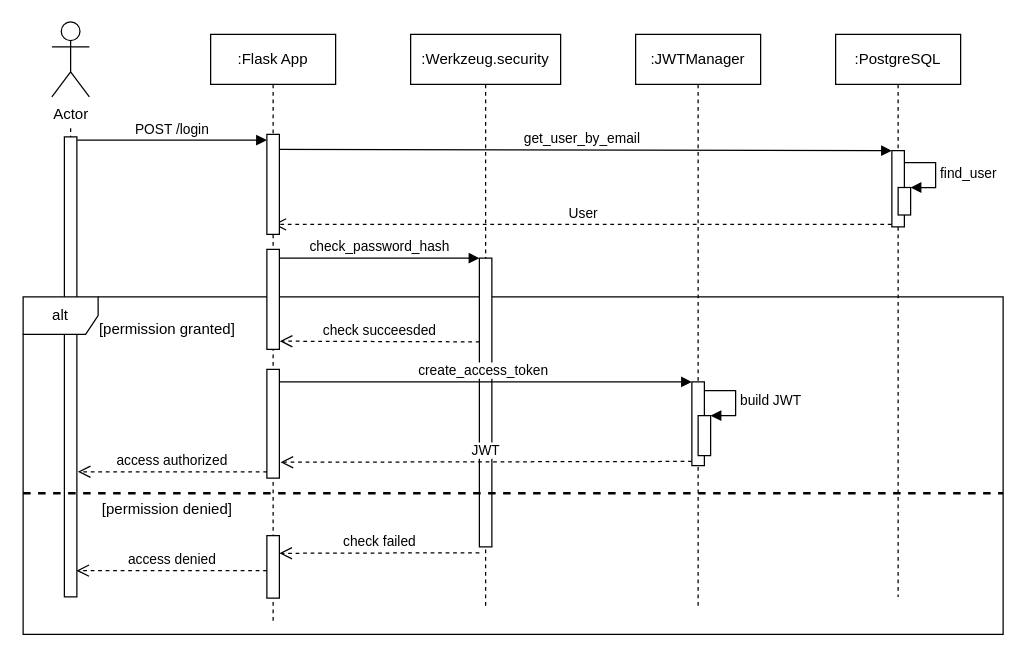
This is sequence_authenticate.drawio from DrXneaky/Diagram, a draw.io file, before an edit. Source tidied: cells renumbered, new cells numbered last; positions are measured from the earlier drawing's top-left corner, leaving out a move shared by most shapes. Both pictures are drawn from the tidied source at 125%, with x=0, y=0 at pixel (22, 21).
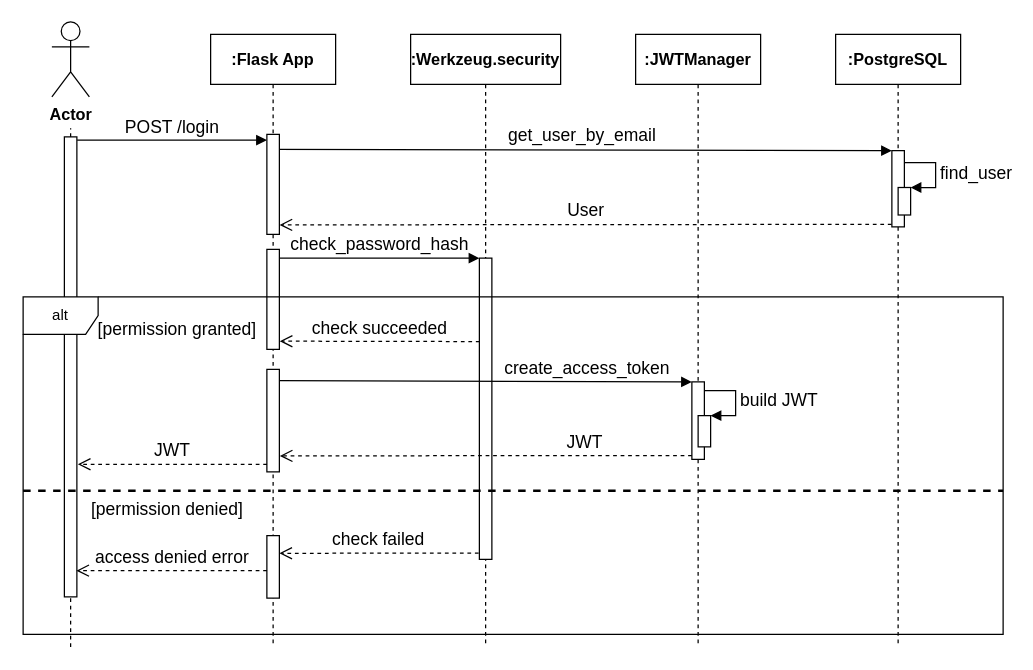
Above is the later version.

Unchanged cells that the change refers to:
```xml
<mxCell id="3" style="html=1;points=[];perimeter=orthogonalPerimeter;strokeWidth=1;fillColor=#ffffff;" parent="1" vertex="1">
  <mxGeometry x="33" y="92" width="10" height="368" as="geometry" />
</mxCell>
<mxCell id="8" style="html=1;points=[];perimeter=orthogonalPerimeter;" parent="7" vertex="1">
  <mxGeometry x="45" y="93" width="10" height="61" as="geometry" />
</mxCell>
<mxCell id="10" style="html=1;points=[];perimeter=orthogonalPerimeter;" parent="7" vertex="1">
  <mxGeometry x="50" y="122.5" width="10" height="22" as="geometry" />
</mxCell>
<mxCell id="20" style="html=1;points=[];perimeter=orthogonalPerimeter;" parent="19" vertex="1">
  <mxGeometry x="45" y="80" width="10" height="80" as="geometry" />
</mxCell>
<mxCell id="21" style="html=1;points=[];perimeter=orthogonalPerimeter;" parent="19" vertex="1">
  <mxGeometry x="45" y="172" width="10" height="80" as="geometry" />
</mxCell>
<mxCell id="23" style="html=1;points=[];perimeter=orthogonalPerimeter;shadow=0;strokeWidth=1;fillColor=#ffffff;" parent="19" vertex="1">
  <mxGeometry x="45" y="401" width="10" height="50" as="geometry" />
</mxCell>
```

Diff of the diagram source:
```diff
@@
     <mxCell id="2" style="endArrow=none;dashed=1;html=1;" parent="1" edge="1">
       <mxGeometry relative="1" as="geometry">
-        <mxPoint x="38" y="460" as="sourcePoint" />
+        <mxPoint x="38" y="500" as="sourcePoint" />
         <mxPoint x="38" y="85" as="targetPoint" />
         <Array as="points">
           <mxPoint x="38" y="175" />
         </Array>
       </mxGeometry>
     </mxCell>
@@
-    <mxCell id="4" value="alt" style="shape=umlFrame;whiteSpace=wrap;html=1;shadow=0;" parent="1" vertex="1">
-      <mxGeometry y="220" width="784" height="270" as="geometry" />
-    </mxCell>
-    <mxCell id="5" value="POST /login" style="html=1;verticalAlign=bottom;startArrow=none;endArrow=block;startSize=8;exitX=1.02;exitY=0.007;exitDx=0;exitDy=0;exitPerimeter=0;startFill=0;" parent="1" edge="1" source="3" target="20">
+    <mxCell id="5" value="&lt;font style=&quot;font-size: 14px&quot; face=&quot;Old Standard TT&quot;&gt;POST /login&lt;/font&gt;" style="html=1;verticalAlign=bottom;startArrow=none;endArrow=block;startSize=8;exitX=1.02;exitY=0.007;exitDx=0;exitDy=0;exitPerimeter=0;startFill=0;labelBackgroundColor=none;" parent="1" edge="1" source="3" target="20">
       <mxGeometry relative="1" as="geometry" />
     </mxCell>
-    <mxCell id="6" value=":Werkzeug.security" style="shape=umlLifeline;perimeter=lifelinePerimeter;whiteSpace=wrap;html=1;" parent="1" vertex="1">
-      <mxGeometry x="310" y="10" width="120" height="460" as="geometry" />
+    <mxCell id="6" value="&lt;font style=&quot;font-size: 13px&quot; face=&quot;Old Standard TT&quot;&gt;&lt;b&gt;:Werkzeug.security&lt;/b&gt;&lt;/font&gt;" style="shape=umlLifeline;perimeter=lifelinePerimeter;whiteSpace=wrap;html=1;" parent="1" vertex="1">
+      <mxGeometry x="310" y="10" width="120" height="490" as="geometry" />
     </mxCell>
-    <mxCell id="7" value=":PostgreSQL" style="shape=umlLifeline;perimeter=lifelinePerimeter;whiteSpace=wrap;html=1;" parent="1" vertex="1">
-      <mxGeometry x="650" y="10" width="100" height="450" as="geometry" />
+    <mxCell id="7" value="&lt;font face=&quot;Old Standard TT&quot; size=&quot;1&quot;&gt;&lt;b style=&quot;font-size: 13px&quot;&gt;:PostgreSQL&lt;/b&gt;&lt;/font&gt;" style="shape=umlLifeline;perimeter=lifelinePerimeter;whiteSpace=wrap;html=1;" parent="1" vertex="1">
+      <mxGeometry x="650" y="10" width="100" height="490" as="geometry" />
     </mxCell>
@@
-    <mxCell id="9" value="find_user" style="edgeStyle=orthogonalEdgeStyle;html=1;align=left;spacingLeft=2;endArrow=block;rounded=0;entryX=1;entryY=0;" parent="7" edge="1" target="10">
+    <mxCell id="9" value="&lt;font style=&quot;font-size: 14px&quot; face=&quot;Old Standard TT&quot;&gt;find_user&lt;/font&gt;" style="edgeStyle=orthogonalEdgeStyle;html=1;align=left;spacingLeft=2;endArrow=block;rounded=0;entryX=1;entryY=0;labelBackgroundColor=none;" parent="7" edge="1" target="10">
       <mxGeometry relative="1" as="geometry">
         <mxPoint x="55" y="102.5" as="sourcePoint" />
         <Array as="points">
           <mxPoint x="80" y="102.5" />
         </Array>
       </mxGeometry>
     </mxCell>
@@
-    <mxCell id="11" value="get_user_by_email" style="html=1;verticalAlign=bottom;endArrow=block;entryX=0;entryY=0;" parent="1" edge="1" target="8">
+    <mxCell id="11" value="&lt;font face=&quot;Old Standard TT&quot; style=&quot;font-size: 14px&quot;&gt;get_user_by_email&lt;/font&gt;" style="html=1;verticalAlign=bottom;endArrow=block;entryX=0;entryY=0;labelBackgroundColor=none;" parent="1" edge="1" target="8">
       <mxGeometry relative="1" as="geometry">
         <mxPoint x="200.1" y="102" as="sourcePoint" />
       </mxGeometry>
     </mxCell>
-    <mxCell id="12" value="User" style="html=1;verticalAlign=bottom;endArrow=open;dashed=1;endSize=8;exitX=-0.024;exitY=0.967;exitDx=0;exitDy=0;exitPerimeter=0;" parent="1" edge="1" source="8">
-      <mxGeometry relative="1" as="geometry">
-        <mxPoint x="200.3" y="162" as="targetPoint" />
-      </mxGeometry>
+    <mxCell id="12" value="&lt;font style=&quot;font-size: 14px&quot; face=&quot;Old Standard TT&quot;&gt;User&lt;/font&gt;" style="html=1;verticalAlign=bottom;endArrow=open;dashed=1;endSize=8;exitX=-0.024;exitY=0.967;exitDx=0;exitDy=0;exitPerimeter=0;labelBackgroundColor=none;entryX=1.017;entryY=0.905;entryDx=0;entryDy=0;entryPerimeter=0;" parent="1" edge="1" source="8" target="20">
+      <mxGeometry relative="1" as="geometry" />
     </mxCell>
     <mxCell id="13" style="html=1;points=[];perimeter=orthogonalPerimeter;" parent="1" vertex="1">
-      <mxGeometry x="365" y="189" width="10" height="231" as="geometry" />
+      <mxGeometry x="365" y="189" width="10" height="241" as="geometry" />
     </mxCell>
-    <mxCell id="14" value="check_password_hash" style="html=1;verticalAlign=bottom;endArrow=block;entryX=0;entryY=0;" parent="1" edge="1" source="21" target="13">
+    <mxCell id="14" value="&lt;font style=&quot;font-size: 14px&quot; face=&quot;Old Standard TT&quot;&gt;check_password_hash&lt;/font&gt;" style="verticalAlign=bottom;endArrow=block;entryX=0;entryY=0;labelBackgroundColor=none;html=1;" parent="1" edge="1" source="21" target="13">
       <mxGeometry relative="1" as="geometry" />
     </mxCell>
-    <mxCell id="15" value="check succeesded" style="html=1;verticalAlign=bottom;endArrow=open;dashed=1;endSize=8;exitX=0.013;exitY=0.29;exitDx=0;exitDy=0;exitPerimeter=0;entryX=1.032;entryY=0.918;entryDx=0;entryDy=0;entryPerimeter=0;" parent="1" edge="1" source="13" target="21">
+    <mxCell id="15" value="&lt;font style=&quot;font-size: 14px&quot; face=&quot;Old Standard TT&quot;&gt;check succeeded&lt;/font&gt;" style="html=1;verticalAlign=bottom;endArrow=open;dashed=1;endSize=8;exitX=0.019;exitY=0.277;exitDx=0;exitDy=0;exitPerimeter=0;entryX=1.032;entryY=0.918;entryDx=0;entryDy=0;entryPerimeter=0;labelBackgroundColor=none;" parent="1" edge="1" source="13" target="21">
       <mxGeometry relative="1" as="geometry" />
     </mxCell>
-    <mxCell id="16" value="Actor" style="shape=umlActor;verticalLabelPosition=bottom;verticalAlign=top;html=1;" parent="1" vertex="1">
+    <mxCell id="16" value="&lt;font face=&quot;Old Standard TT&quot; style=&quot;font-size: 13px&quot;&gt;&lt;b&gt;Actor&lt;/b&gt;&lt;/font&gt;" style="shape=umlActor;verticalLabelPosition=bottom;verticalAlign=top;html=1;" parent="1" vertex="1">
       <mxGeometry x="23" width="30" height="60" as="geometry" />
     </mxCell>
-    <mxCell id="17" value="JWT" style="html=1;verticalAlign=bottom;endArrow=open;dashed=1;endSize=8;exitX=0;exitY=0.95;entryX=1.095;entryY=0.854;entryDx=0;entryDy=0;entryPerimeter=0;" parent="1" edge="1" source="26" target="22">
-      <mxGeometry relative="1" as="geometry" />
-    </mxCell>
-    <mxCell id="18" value="create_access_token" style="html=1;verticalAlign=bottom;endArrow=block;entryX=0;entryY=0;" parent="1" edge="1" target="26">
-      <mxGeometry relative="1" as="geometry">
-        <mxPoint x="199.5" y="288" as="sourcePoint" />
-      </mxGeometry>
-    </mxCell>
-    <mxCell id="19" value=":Flask App" style="shape=umlLifeline;perimeter=lifelinePerimeter;whiteSpace=wrap;html=1;" parent="1" vertex="1">
-      <mxGeometry x="150" y="10" width="100" height="470" as="geometry" />
+    <mxCell id="19" value="&lt;font face=&quot;Old Standard TT&quot; style=&quot;font-size: 13px&quot;&gt;&lt;b&gt;:Flask App&lt;/b&gt;&lt;/font&gt;" style="shape=umlLifeline;perimeter=lifelinePerimeter;whiteSpace=wrap;html=1;" parent="1" vertex="1">
+      <mxGeometry x="150" y="10" width="100" height="490" as="geometry" />
     </mxCell>
@@
     <mxCell id="22" style="html=1;points=[];perimeter=orthogonalPerimeter;strokeWidth=1;fillColor=#ffffff;" parent="19" vertex="1">
-      <mxGeometry x="45" y="268" width="10" height="87" as="geometry" />
+      <mxGeometry x="45" y="268" width="10" height="82" as="geometry" />
     </mxCell>
@@
-    <mxCell id="24" value="access authorized" style="html=1;verticalAlign=bottom;endArrow=open;dashed=1;endSize=8;exitX=0.014;exitY=0.943;exitDx=0;exitDy=0;exitPerimeter=0;entryX=1.078;entryY=0.728;entryDx=0;entryDy=0;entryPerimeter=0;" parent="1" edge="1" source="22" target="3">
-      <mxGeometry relative="1" as="geometry" />
+    <mxCell id="24" value="&lt;font face=&quot;Old Standard TT&quot; style=&quot;font-size: 14px&quot;&gt;JWT&lt;/font&gt;" style="html=1;verticalAlign=bottom;endArrow=open;dashed=1;endSize=8;exitX=0.014;exitY=0.943;exitDx=0;exitDy=0;exitPerimeter=0;entryX=1.078;entryY=0.728;entryDx=0;entryDy=0;entryPerimeter=0;labelBackgroundColor=none;" parent="1" edge="1">
+      <mxGeometry relative="1" as="geometry">
+        <mxPoint x="195.1" y="354" as="sourcePoint" />
+        <mxPoint x="43.8" y="353.9" as="targetPoint" />
+      </mxGeometry>
     </mxCell>
-    <mxCell id="25" value=":JWTManager" style="shape=umlLifeline;perimeter=lifelinePerimeter;whiteSpace=wrap;html=1;" parent="1" vertex="1">
-      <mxGeometry x="490" y="10" width="100" height="460" as="geometry" />
+    <mxCell id="25" value="&lt;font face=&quot;Old Standard TT&quot; style=&quot;font-size: 13px&quot;&gt;&lt;b&gt;:JWTManager&lt;/b&gt;&lt;/font&gt;" style="shape=umlLifeline;perimeter=lifelinePerimeter;whiteSpace=wrap;html=1;" parent="1" vertex="1">
+      <mxGeometry x="490" y="10" width="100" height="490" as="geometry" />
     </mxCell>
     <mxCell id="26" style="html=1;points=[];perimeter=orthogonalPerimeter;strokeWidth=1;fillColor=#ffffff;" parent="1" vertex="1">
-      <mxGeometry x="535" y="288" width="10" height="67" as="geometry" />
+      <mxGeometry x="535" y="288" width="10" height="62" as="geometry" />
     </mxCell>
-    <mxCell id="27" value="build JWT" style="edgeStyle=orthogonalEdgeStyle;html=1;align=left;spacingLeft=2;endArrow=block;rounded=0;entryX=1;entryY=0;" parent="1" edge="1" target="28">
+    <mxCell id="27" value="&lt;font style=&quot;font-size: 14px&quot; face=&quot;Old Standard TT&quot;&gt;build JWT&lt;/font&gt;" style="edgeStyle=orthogonalEdgeStyle;html=1;align=left;spacingLeft=2;endArrow=block;rounded=0;entryX=1;entryY=0;labelBackgroundColor=none;" parent="1" edge="1" target="28">
       <mxGeometry relative="1" as="geometry">
         <mxPoint x="545" y="295" as="sourcePoint" />
         <Array as="points">
           <mxPoint x="570" y="295" />
         </Array>
       </mxGeometry>
     </mxCell>
     <mxCell id="28" style="html=1;points=[];perimeter=orthogonalPerimeter;strokeWidth=1;fillColor=#ffffff;" parent="1" vertex="1">
-      <mxGeometry x="540" y="315" width="10" height="32" as="geometry" />
+      <mxGeometry x="540" y="315" width="10" height="25" as="geometry" />
     </mxCell>
-    <mxCell id="29" value="[permission granted]" style="text;align=center;fontStyle=0;verticalAlign=middle;spacingLeft=3;spacingRight=3;strokeColor=none;dashed=1;fillColor=#ffffff;" parent="1" vertex="1">
-      <mxGeometry x="60" y="236.8" width="111" height="16.5" as="geometry" />
+    <mxCell id="29" value="[permission granted]" style="text;align=center;fontStyle=0;verticalAlign=middle;spacingLeft=3;spacingRight=3;strokeColor=none;dashed=1;fontSize=14;fontFamily=Old Standard TT;labelBackgroundColor=none;" parent="1" vertex="1">
+      <mxGeometry x="68" y="236.8" width="111" height="16.5" as="geometry" />
     </mxCell>
-    <mxCell id="30" value="check failed" style="html=1;verticalAlign=bottom;endArrow=open;dashed=1;endSize=8;exitX=0;exitY=0.951;exitDx=0;exitDy=0;exitPerimeter=0;entryX=1.003;entryY=0.283;entryDx=0;entryDy=0;entryPerimeter=0;" parent="1" edge="1" target="23">
-      <mxGeometry relative="1" as="geometry">
-        <mxPoint x="365" y="424.7" as="sourcePoint" />
-      </mxGeometry>
+    <mxCell id="30" value="&lt;font style=&quot;font-size: 14px&quot; face=&quot;Old Standard TT&quot;&gt;check failed&lt;/font&gt;" style="html=1;verticalAlign=bottom;endArrow=open;dashed=1;endSize=8;exitX=-0.058;exitY=0.979;exitDx=0;exitDy=0;exitPerimeter=0;entryX=1.003;entryY=0.283;entryDx=0;entryDy=0;entryPerimeter=0;labelBackgroundColor=none;" parent="1" edge="1" source="13" target="23">
+      <mxGeometry relative="1" as="geometry" />
     </mxCell>
-    <mxCell id="31" value="access denied" style="html=1;verticalAlign=bottom;endArrow=open;dashed=1;endSize=8;exitX=0.005;exitY=0.561;exitDx=0;exitDy=0;exitPerimeter=0;entryX=0.962;entryY=0.913;entryDx=0;entryDy=0;entryPerimeter=0;" parent="1" edge="1" source="23">
+    <mxCell id="31" value="&lt;font style=&quot;font-size: 14px&quot; face=&quot;Old Standard TT&quot;&gt;access denied error&lt;/font&gt;" style="html=1;verticalAlign=bottom;endArrow=open;dashed=1;endSize=8;exitX=0.005;exitY=0.561;exitDx=0;exitDy=0;exitPerimeter=0;entryX=0.962;entryY=0.913;entryDx=0;entryDy=0;entryPerimeter=0;labelBackgroundColor=none;" parent="1" edge="1" source="23">
       <mxGeometry relative="1" as="geometry">
         <mxPoint x="42.6" y="439" as="targetPoint" />
       </mxGeometry>
     </mxCell>
-    <mxCell id="32" value="[permission denied]" style="text;align=center;fontStyle=0;verticalAlign=middle;spacingLeft=3;spacingRight=3;strokeColor=none;dashed=1;fillColor=#ffffff;" parent="1" vertex="1">
+    <mxCell id="32" value="[permission denied]" style="text;align=center;fontStyle=0;verticalAlign=middle;spacingLeft=3;spacingRight=3;strokeColor=none;dashed=1;fontSize=14;fontFamily=Old Standard TT;" parent="1" vertex="1">
       <mxGeometry x="55" y="381" width="121" height="16.5" as="geometry" />
     </mxCell>
     <mxCell id="33" style="line;strokeWidth=2;fillColor=none;align=left;verticalAlign=middle;spacingTop=-1;spacingLeft=3;spacingRight=3;labelPosition=right;dashed=1;" parent="1" vertex="1">
-      <mxGeometry y="373" width="784" height="8" as="geometry" />
+      <mxGeometry y="371" width="784" height="8" as="geometry" />
     </mxCell>
+    <mxCell id="18" value="&lt;font style=&quot;font-size: 14px&quot; face=&quot;Old Standard TT&quot;&gt;create_access_token&lt;/font&gt;" style="html=1;verticalAlign=bottom;endArrow=block;entryX=0;entryY=0;exitX=1.033;exitY=0.11;exitDx=0;exitDy=0;exitPerimeter=0;labelBackgroundColor=none;" parent="1" edge="1" source="22" target="26">
+      <mxGeometry x="0.49" relative="1" as="geometry" />
+    </mxCell>
+    <mxCell id="17" value="&lt;font style=&quot;font-size: 14px&quot; face=&quot;Old Standard TT&quot;&gt;JWT&lt;/font&gt;" style="html=1;verticalAlign=bottom;endArrow=open;dashed=1;endSize=8;exitX=0;exitY=0.95;labelBackgroundColor=none;entryX=1.037;entryY=0.844;entryDx=0;entryDy=0;entryPerimeter=0;" parent="1" edge="1" source="26" target="22">
+      <mxGeometry x="-0.48" relative="1" as="geometry" />
+    </mxCell>
+    <mxCell id="4" value="alt" style="shape=umlFrame;whiteSpace=wrap;html=1;shadow=0;" parent="1" vertex="1">
+      <mxGeometry y="220" width="784" height="270" as="geometry" />
+    </mxCell>
```
